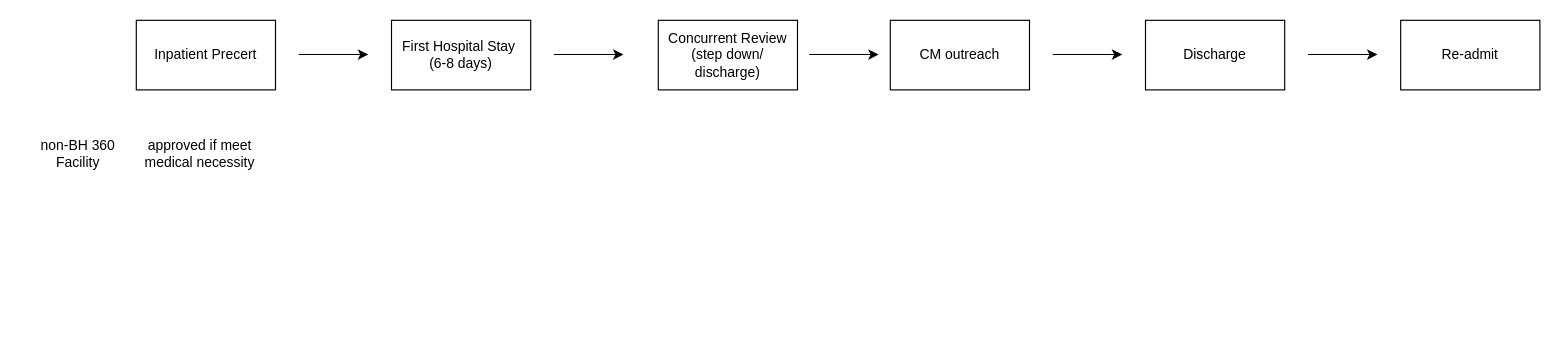
Above: BH360.drawio in miaow27/miaow27 (draw.io), before the change. Source tidied: cells renumbered, new cells numbered last; positions are measured from the earlier drawing's top-left corner, leaving out a move shared by most shapes. Both pictures are drawn from the tidied source at 116%, with x=0, y=0 at pixel (20, 20).
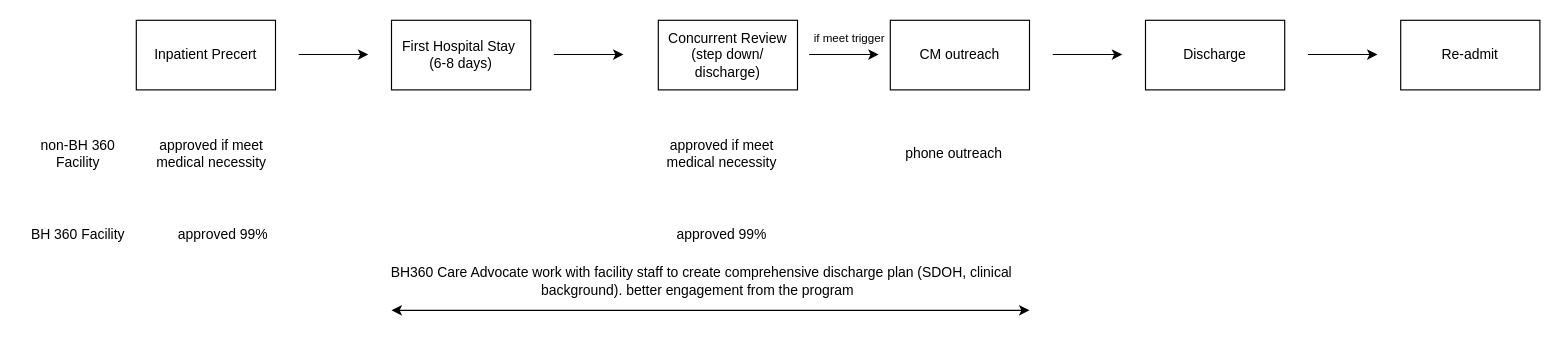
After the change.

The edit, as a diff of the source:
```diff
@@
-    <mxCell id="14" value="approved if meet medical necessity" style="text;html=1;strokeColor=none;fillColor=none;align=center;verticalAlign=middle;whiteSpace=wrap;rounded=0;" parent="1" vertex="1">
-      <mxGeometry x="100" y="100" width="110" height="30" as="geometry" />
+    <mxCell id="14" value="BH360 Care Advocate work with facility staff to create comprehensive discharge plan (SDOH, clinical background). better engagement from the program&amp;nbsp;&amp;nbsp;" style="text;html=1;strokeColor=none;fillColor=none;align=center;verticalAlign=middle;whiteSpace=wrap;rounded=0;" parent="1" vertex="1">
+      <mxGeometry x="305" y="210" width="565" height="30" as="geometry" />
     </mxCell>
+    <mxCell id="15" value="BH 360 Facility" style="text;html=1;strokeColor=none;fillColor=none;align=center;verticalAlign=middle;whiteSpace=wrap;rounded=0;" parent="1" vertex="1">
+      <mxGeometry y="170" width="100" height="30" as="geometry" />
+    </mxCell>
+    <mxCell id="16" value="approved 99%" style="text;html=1;strokeColor=none;fillColor=none;align=center;verticalAlign=middle;whiteSpace=wrap;rounded=0;" parent="1" vertex="1">
+      <mxGeometry x="120" y="170" width="110" height="30" as="geometry" />
+    </mxCell>
+    <mxCell id="17" value="approved if meet medical necessity" style="text;html=1;strokeColor=none;fillColor=none;align=center;verticalAlign=middle;whiteSpace=wrap;rounded=0;" parent="1" vertex="1">
+      <mxGeometry x="110" y="100" width="110" height="30" as="geometry" />
+    </mxCell>
+    <mxCell id="18" value="approved if meet medical necessity" style="text;html=1;strokeColor=none;fillColor=none;align=center;verticalAlign=middle;whiteSpace=wrap;rounded=0;" parent="1" vertex="1">
+      <mxGeometry x="550" y="100" width="110" height="30" as="geometry" />
+    </mxCell>
+    <mxCell id="19" value="approved 99%" style="text;html=1;strokeColor=none;fillColor=none;align=center;verticalAlign=middle;whiteSpace=wrap;rounded=0;" parent="1" vertex="1">
+      <mxGeometry x="550" y="170" width="110" height="30" as="geometry" />
+    </mxCell>
+    <mxCell id="20" value="&lt;font style=&quot;font-size: 10px;&quot;&gt;if meet trigger&lt;/font&gt;" style="text;html=1;strokeColor=none;fillColor=none;align=center;verticalAlign=middle;whiteSpace=wrap;rounded=0;" parent="1" vertex="1">
+      <mxGeometry x="660" width="110" height="30" as="geometry" />
+    </mxCell>
+    <mxCell id="21" style="endArrow=classic;startArrow=classic;html=1;rounded=0;" parent="1" edge="1">
+      <mxGeometry relative="1" as="geometry">
+        <mxPoint x="320" y="250" as="sourcePoint" />
+        <mxPoint x="870" y="250" as="targetPoint" />
+      </mxGeometry>
+    </mxCell>
+    <mxCell id="22" value="phone outreach" style="text;html=1;strokeColor=none;fillColor=none;align=center;verticalAlign=middle;whiteSpace=wrap;rounded=0;" parent="1" vertex="1">
+      <mxGeometry x="750" y="100" width="110" height="30" as="geometry" />
+    </mxCell>
```
